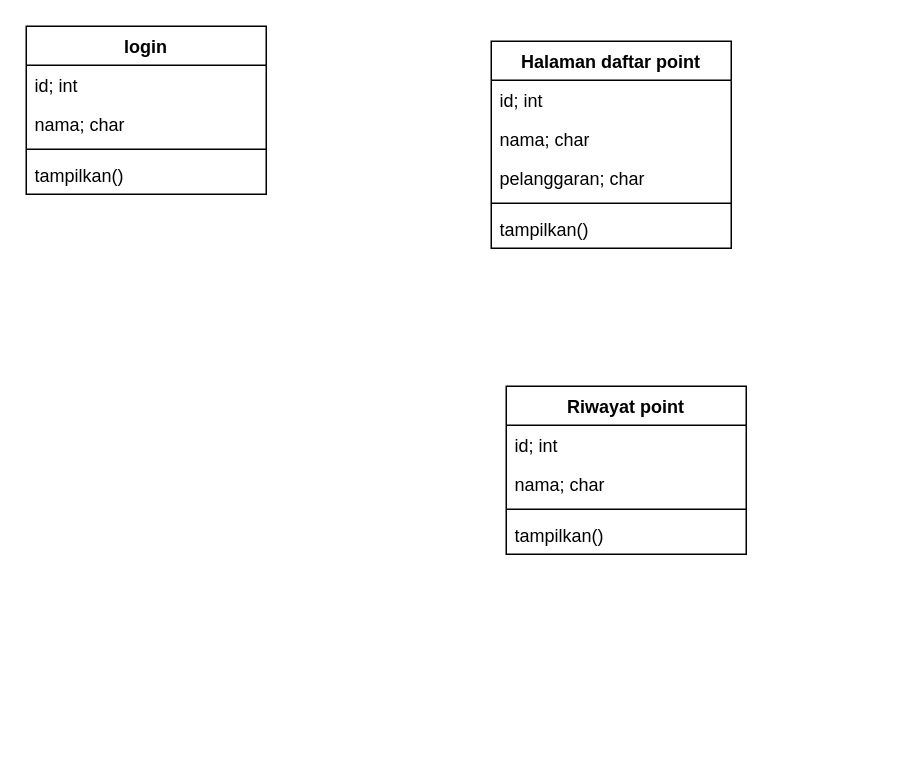
Above: classdiagrambukupoint.drawio in The-squad3/bukupoint-digital (draw.io), before the change. Source tidied: cells renumbered, new cells numbered last; positions are measured from the earlier drawing's top-left corner, leaving out a move shared by most shapes. Both pictures are drawn from the tidied source at 150%, with x=0, y=0 at pixel (26, 26).
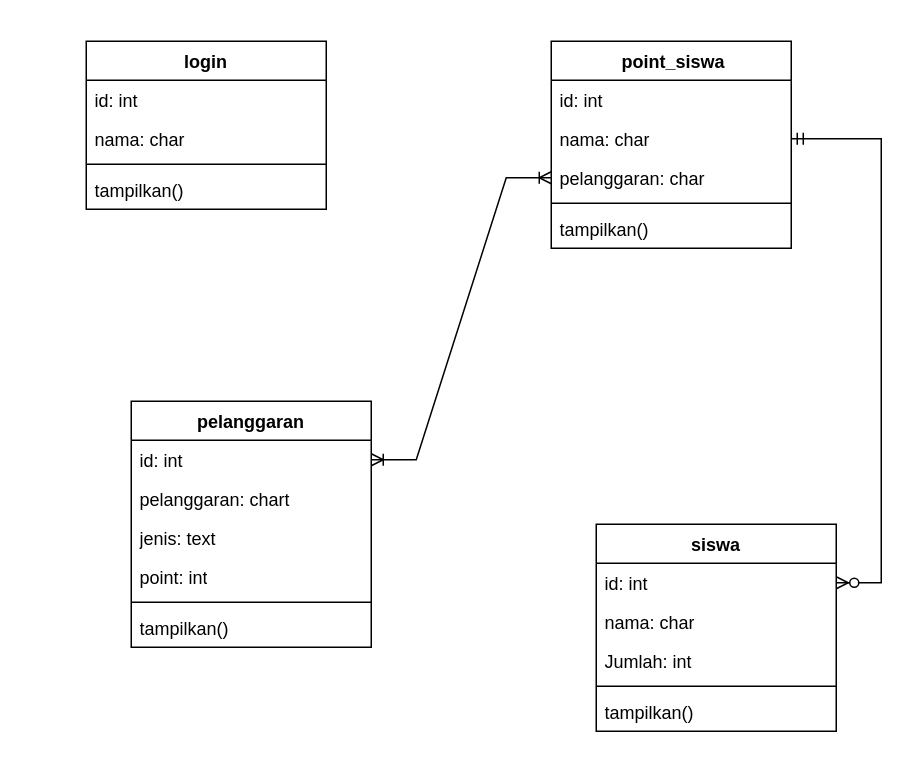
After the change.

Change to the diagram source:
```diff
@@
     <mxCell id="2" value="login" style="swimlane;fontStyle=1;align=center;verticalAlign=top;horizontal=1;startSize=26;whiteSpace=wrap;html=1;" parent="1" vertex="1">
-      <mxGeometry width="160" height="112" as="geometry" />
+      <mxGeometry x="40" y="10" width="160" height="112" as="geometry" />
     </mxCell>
-    <mxCell id="3" value="id; int" style="text;strokeColor=none;fillColor=none;align=left;verticalAlign=top;spacingLeft=4;spacingRight=4;overflow=hidden;whiteSpace=wrap;html=1;" parent="2" vertex="1">
+    <mxCell id="3" value="id: int" style="text;strokeColor=none;fillColor=none;align=left;verticalAlign=top;spacingLeft=4;spacingRight=4;overflow=hidden;whiteSpace=wrap;html=1;" parent="2" vertex="1">
       <mxGeometry y="26" width="160" height="26" as="geometry" />
     </mxCell>
-    <mxCell id="4" value="nama; char" style="text;strokeColor=none;fillColor=none;align=left;verticalAlign=top;spacingLeft=4;spacingRight=4;overflow=hidden;whiteSpace=wrap;html=1;" parent="2" vertex="1">
+    <mxCell id="4" value="nama: char" style="text;strokeColor=none;fillColor=none;align=left;verticalAlign=top;spacingLeft=4;spacingRight=4;overflow=hidden;whiteSpace=wrap;html=1;" parent="2" vertex="1">
       <mxGeometry y="52" width="160" height="26" as="geometry" />
     </mxCell>
@@
-    <mxCell id="7" value="Halaman daftar point" style="swimlane;fontStyle=1;align=center;verticalAlign=top;horizontal=1;startSize=26;whiteSpace=wrap;html=1;" parent="1" vertex="1">
-      <mxGeometry x="310" y="10" width="160" height="138" as="geometry" />
+    <mxCell id="7" value="&amp;nbsp;point_siswa" style="swimlane;fontStyle=1;align=center;verticalAlign=top;horizontal=1;startSize=26;whiteSpace=wrap;html=1;" parent="1" vertex="1">
+      <mxGeometry x="350" y="10" width="160" height="138" as="geometry" />
     </mxCell>
-    <mxCell id="8" value="id; int" style="text;strokeColor=none;fillColor=none;align=left;verticalAlign=top;spacingLeft=4;spacingRight=4;overflow=hidden;whiteSpace=wrap;html=1;" parent="7" vertex="1">
+    <mxCell id="8" value="id: int" style="text;strokeColor=none;fillColor=none;align=left;verticalAlign=top;spacingLeft=4;spacingRight=4;overflow=hidden;whiteSpace=wrap;html=1;" parent="7" vertex="1">
       <mxGeometry y="26" width="160" height="26" as="geometry" />
     </mxCell>
-    <mxCell id="9" value="nama; char" style="text;strokeColor=none;fillColor=none;align=left;verticalAlign=top;spacingLeft=4;spacingRight=4;overflow=hidden;points=[[0,0.5],[1,0.5]];portConstraint=eastwest;whiteSpace=wrap;html=1;" parent="7" vertex="1">
+    <mxCell id="9" value="nama: char" style="text;strokeColor=none;fillColor=none;align=left;verticalAlign=top;spacingLeft=4;spacingRight=4;overflow=hidden;points=[[0,0.5],[1,0.5]];portConstraint=eastwest;whiteSpace=wrap;html=1;" parent="7" vertex="1">
       <mxGeometry y="52" width="160" height="26" as="geometry" />
     </mxCell>
-    <mxCell id="10" value="pelanggaran; char" style="text;strokeColor=none;fillColor=none;align=left;verticalAlign=top;spacingLeft=4;spacingRight=4;overflow=hidden;points=[[0,0.5],[1,0.5]];portConstraint=eastwest;whiteSpace=wrap;html=1;" parent="7" vertex="1">
+    <mxCell id="10" value="pelanggaran: char" style="text;strokeColor=none;fillColor=none;align=left;verticalAlign=top;spacingLeft=4;spacingRight=4;overflow=hidden;points=[[0,0.5],[1,0.5]];portConstraint=eastwest;whiteSpace=wrap;html=1;" parent="7" vertex="1">
       <mxGeometry y="78" width="160" height="26" as="geometry" />
     </mxCell>
@@
-    <mxCell id="13" value="Riwayat point" style="swimlane;fontStyle=1;align=center;verticalAlign=top;horizontal=1;startSize=26;whiteSpace=wrap;html=1;" parent="1" vertex="1">
-      <mxGeometry x="320" y="240" width="160" height="112" as="geometry" />
+    <mxCell id="13" value="siswa&lt;div&gt;&lt;br&gt;&lt;/div&gt;" style="swimlane;fontStyle=1;align=center;verticalAlign=top;horizontal=1;startSize=26;whiteSpace=wrap;html=1;" parent="1" vertex="1">
+      <mxGeometry x="380" y="332" width="160" height="138" as="geometry" />
     </mxCell>
-    <mxCell id="14" value="id; int" style="text;strokeColor=none;fillColor=none;align=left;verticalAlign=top;spacingLeft=4;spacingRight=4;overflow=hidden;points=[[0,0.5],[1,0.5]];portConstraint=eastwest;whiteSpace=wrap;html=1;" parent="13" vertex="1">
+    <mxCell id="14" value="id: int" style="text;strokeColor=none;fillColor=none;align=left;verticalAlign=top;spacingLeft=4;spacingRight=4;overflow=hidden;points=[[0,0.5],[1,0.5]];portConstraint=eastwest;whiteSpace=wrap;html=1;" parent="13" vertex="1">
       <mxGeometry y="26" width="160" height="26" as="geometry" />
     </mxCell>
-    <mxCell id="15" value="nama; char" style="text;strokeColor=none;fillColor=none;align=left;verticalAlign=top;spacingLeft=4;spacingRight=4;overflow=hidden;whiteSpace=wrap;html=1;" parent="13" vertex="1">
+    <mxCell id="15" value="nama: char" style="text;strokeColor=none;fillColor=none;align=left;verticalAlign=top;spacingLeft=4;spacingRight=4;overflow=hidden;whiteSpace=wrap;html=1;" parent="13" vertex="1">
       <mxGeometry y="52" width="160" height="26" as="geometry" />
     </mxCell>
+    <mxCell id="18" value="Jumlah: int" style="text;strokeColor=none;fillColor=none;align=left;verticalAlign=top;spacingLeft=4;spacingRight=4;overflow=hidden;whiteSpace=wrap;html=1;" parent="13" vertex="1">
+      <mxGeometry y="78" width="160" height="26" as="geometry" />
+    </mxCell>
     <mxCell id="16" style="line;strokeWidth=1;fillColor=none;align=left;verticalAlign=middle;spacingTop=-1;spacingLeft=3;spacingRight=3;labelPosition=right;strokeColor=inherit;" parent="13" vertex="1">
-      <mxGeometry y="78" width="160" height="8" as="geometry" />
+      <mxGeometry y="104" width="160" height="8" as="geometry" />
     </mxCell>
     <mxCell id="17" value="tampilkan()" style="text;strokeColor=none;fillColor=none;align=left;verticalAlign=top;spacingLeft=4;spacingRight=4;overflow=hidden;whiteSpace=wrap;html=1;" parent="13" vertex="1">
-      <mxGeometry y="86" width="160" height="26" as="geometry" />
+      <mxGeometry y="112" width="160" height="26" as="geometry" />
     </mxCell>
+    <mxCell id="19" value="pelanggaran&lt;div&gt;&lt;br&gt;&lt;/div&gt;" style="swimlane;fontStyle=1;align=center;verticalAlign=top;horizontal=1;startSize=26;whiteSpace=wrap;html=1;" parent="1" vertex="1">
+      <mxGeometry x="70" y="250" width="160" height="164" as="geometry" />
+    </mxCell>
+    <mxCell id="20" value="id: int" style="text;strokeColor=none;fillColor=none;align=left;verticalAlign=top;spacingLeft=4;spacingRight=4;overflow=hidden;points=[[0,0.5],[1,0.5]];portConstraint=eastwest;whiteSpace=wrap;html=1;" parent="19" vertex="1">
+      <mxGeometry y="26" width="160" height="26" as="geometry" />
+    </mxCell>
+    <mxCell id="21" value="pelanggaran: chart" style="text;strokeColor=none;fillColor=none;align=left;verticalAlign=top;spacingLeft=4;spacingRight=4;overflow=hidden;whiteSpace=wrap;html=1;" parent="19" vertex="1">
+      <mxGeometry y="52" width="160" height="26" as="geometry" />
+    </mxCell>
+    <mxCell id="22" value="jenis: text" style="text;strokeColor=none;fillColor=none;align=left;verticalAlign=top;spacingLeft=4;spacingRight=4;overflow=hidden;whiteSpace=wrap;html=1;" parent="19" vertex="1">
+      <mxGeometry y="78" width="160" height="26" as="geometry" />
+    </mxCell>
+    <mxCell id="23" value="point: int" style="text;strokeColor=none;fillColor=none;align=left;verticalAlign=top;spacingLeft=4;spacingRight=4;overflow=hidden;whiteSpace=wrap;html=1;" parent="19" vertex="1">
+      <mxGeometry y="104" width="160" height="26" as="geometry" />
+    </mxCell>
+    <mxCell id="24" style="line;strokeWidth=1;fillColor=none;align=left;verticalAlign=middle;spacingTop=-1;spacingLeft=3;spacingRight=3;labelPosition=right;strokeColor=inherit;" parent="19" vertex="1">
+      <mxGeometry y="130" width="160" height="8" as="geometry" />
+    </mxCell>
+    <mxCell id="25" value="tampilkan()" style="text;strokeColor=none;fillColor=none;align=left;verticalAlign=top;spacingLeft=4;spacingRight=4;overflow=hidden;whiteSpace=wrap;html=1;" parent="19" vertex="1">
+      <mxGeometry y="138" width="160" height="26" as="geometry" />
+    </mxCell>
+    <mxCell id="26" style="edgeStyle=entityRelationEdgeStyle;fontSize=12;html=1;endArrow=ERoneToMany;startArrow=ERoneToMany;rounded=0;" parent="1" edge="1" source="10" target="20">
+      <mxGeometry relative="1" as="geometry" />
+    </mxCell>
+    <mxCell id="27" style="edgeStyle=entityRelationEdgeStyle;fontSize=12;html=1;endArrow=ERzeroToMany;startArrow=ERmandOne;rounded=0;" parent="1" edge="1" source="9" target="14">
+      <mxGeometry relative="1" as="geometry" />
+    </mxCell>
```
